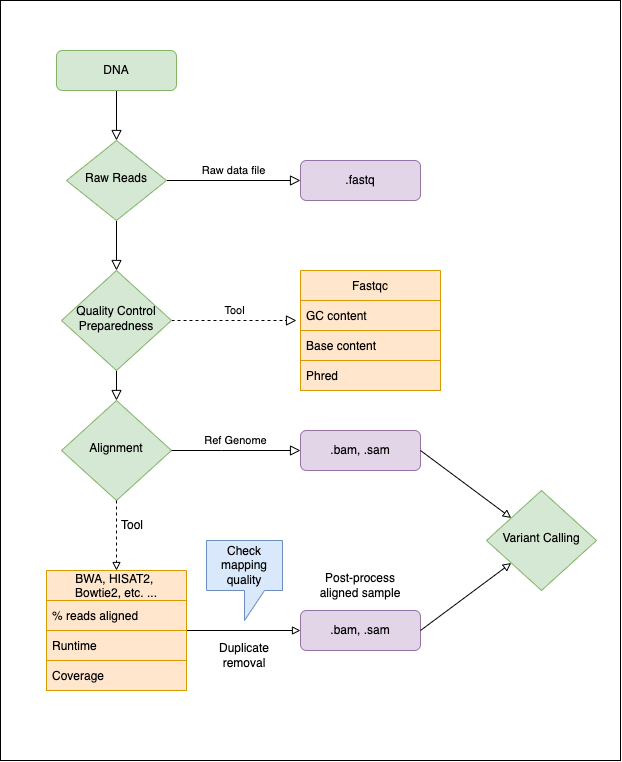
Earlier version of the draw.io export Figures/BioPopWorkshop_SeqQC_Flowchart.drawio.png (FlaviaTG/BioPopWork). Source tidied: cells renumbered, new cells last; positions are measured from the earlier drawing's top-left corner, leaving out a move shared by most shapes.
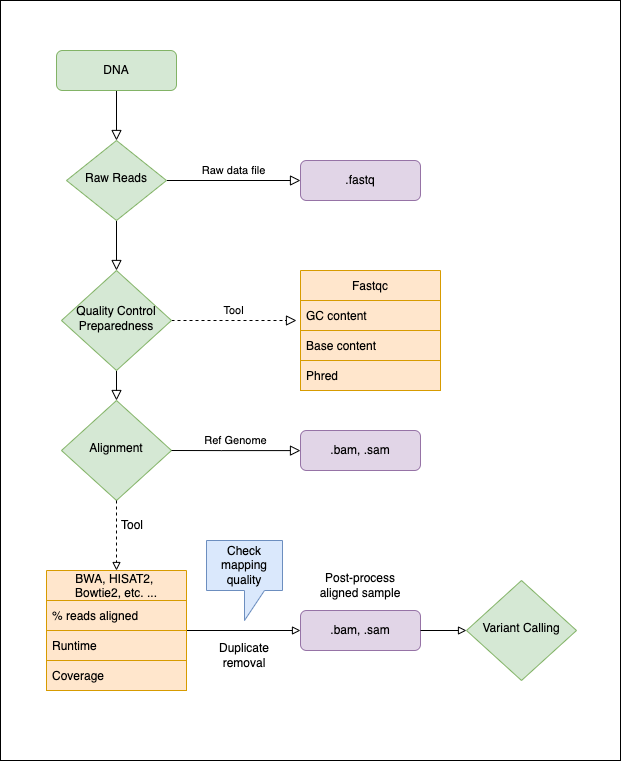
Above is the later version.

Diff of the diagram source:
```diff
@@ -96,16 +96,13 @@
       <mxGeometry x="214" y="640" width="60" height="30" as="geometry" />
     </mxCell>
     <mxCell id="29" value="Variant Calling" style="rhombus;whiteSpace=wrap;html=1;shadow=0;fontFamily=Helvetica;fontSize=12;align=center;strokeWidth=1;spacing=6;spacingTop=-4;fillColor=#d5e8d4;strokeColor=#82b366;" parent="1" vertex="1">
-      <mxGeometry x="486" y="490" width="110" height="100" as="geometry" />
+      <mxGeometry x="466" y="580" width="110" height="100" as="geometry" />
     </mxCell>
-    <mxCell id="30" style="endArrow=block;html=1;rounded=0;exitX=1;exitY=0.5;exitDx=0;exitDy=0;endFill=0;" parent="1" edge="1" source="17" target="29">
+    <mxCell id="30" style="endArrow=block;html=1;rounded=0;exitX=1;exitY=0.5;exitDx=0;exitDy=0;endFill=0;" parent="1" edge="1" source="20" target="29">
       <mxGeometry relative="1" as="geometry" />
     </mxCell>
-    <mxCell id="31" style="endArrow=block;html=1;rounded=0;exitX=1;exitY=0.5;exitDx=0;exitDy=0;endFill=0;" parent="1" edge="1" source="20" target="29">
-      <mxGeometry relative="1" as="geometry" />
+    <mxCell id="31" value="Tool" style="text;html=1;strokeColor=none;fillColor=none;align=center;verticalAlign=middle;whiteSpace=wrap;rounded=0;" parent="1" vertex="1">
+      <mxGeometry x="102" y="510" width="60" height="30" as="geometry" />
     </mxCell>
-    <mxCell id="32" value="Tool" style="text;html=1;strokeColor=none;fillColor=none;align=center;verticalAlign=middle;whiteSpace=wrap;rounded=0;" parent="1" vertex="1">
-      <mxGeometry x="102" y="510" width="60" height="30" as="geometry" />
-    </mxCell>
   </root>
 </mxGraphModel>
```
